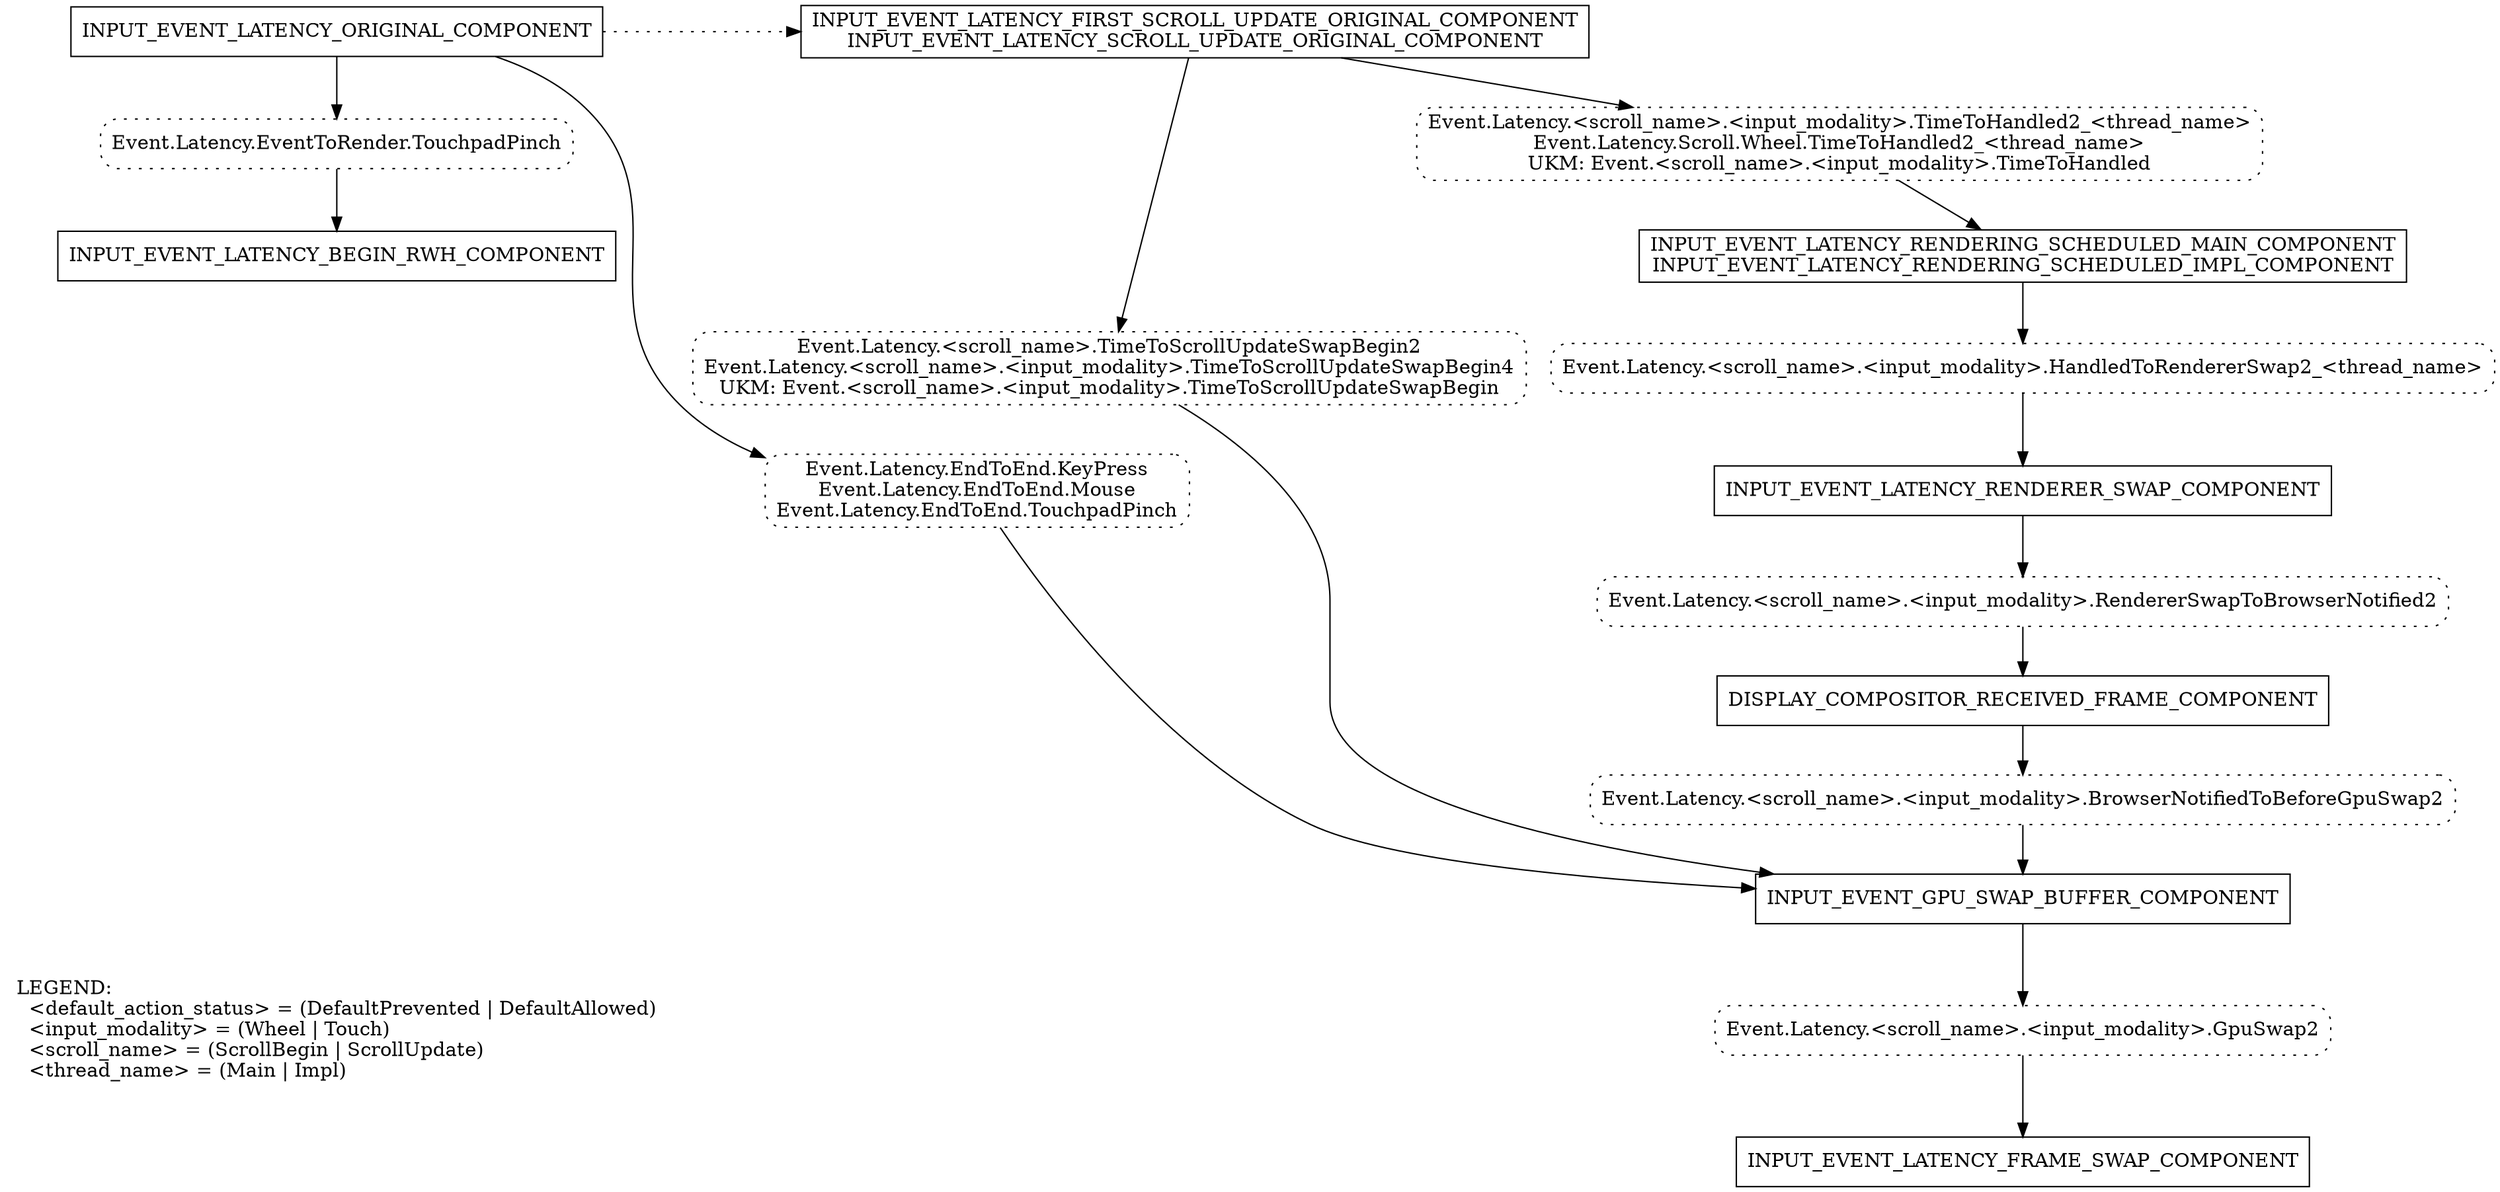
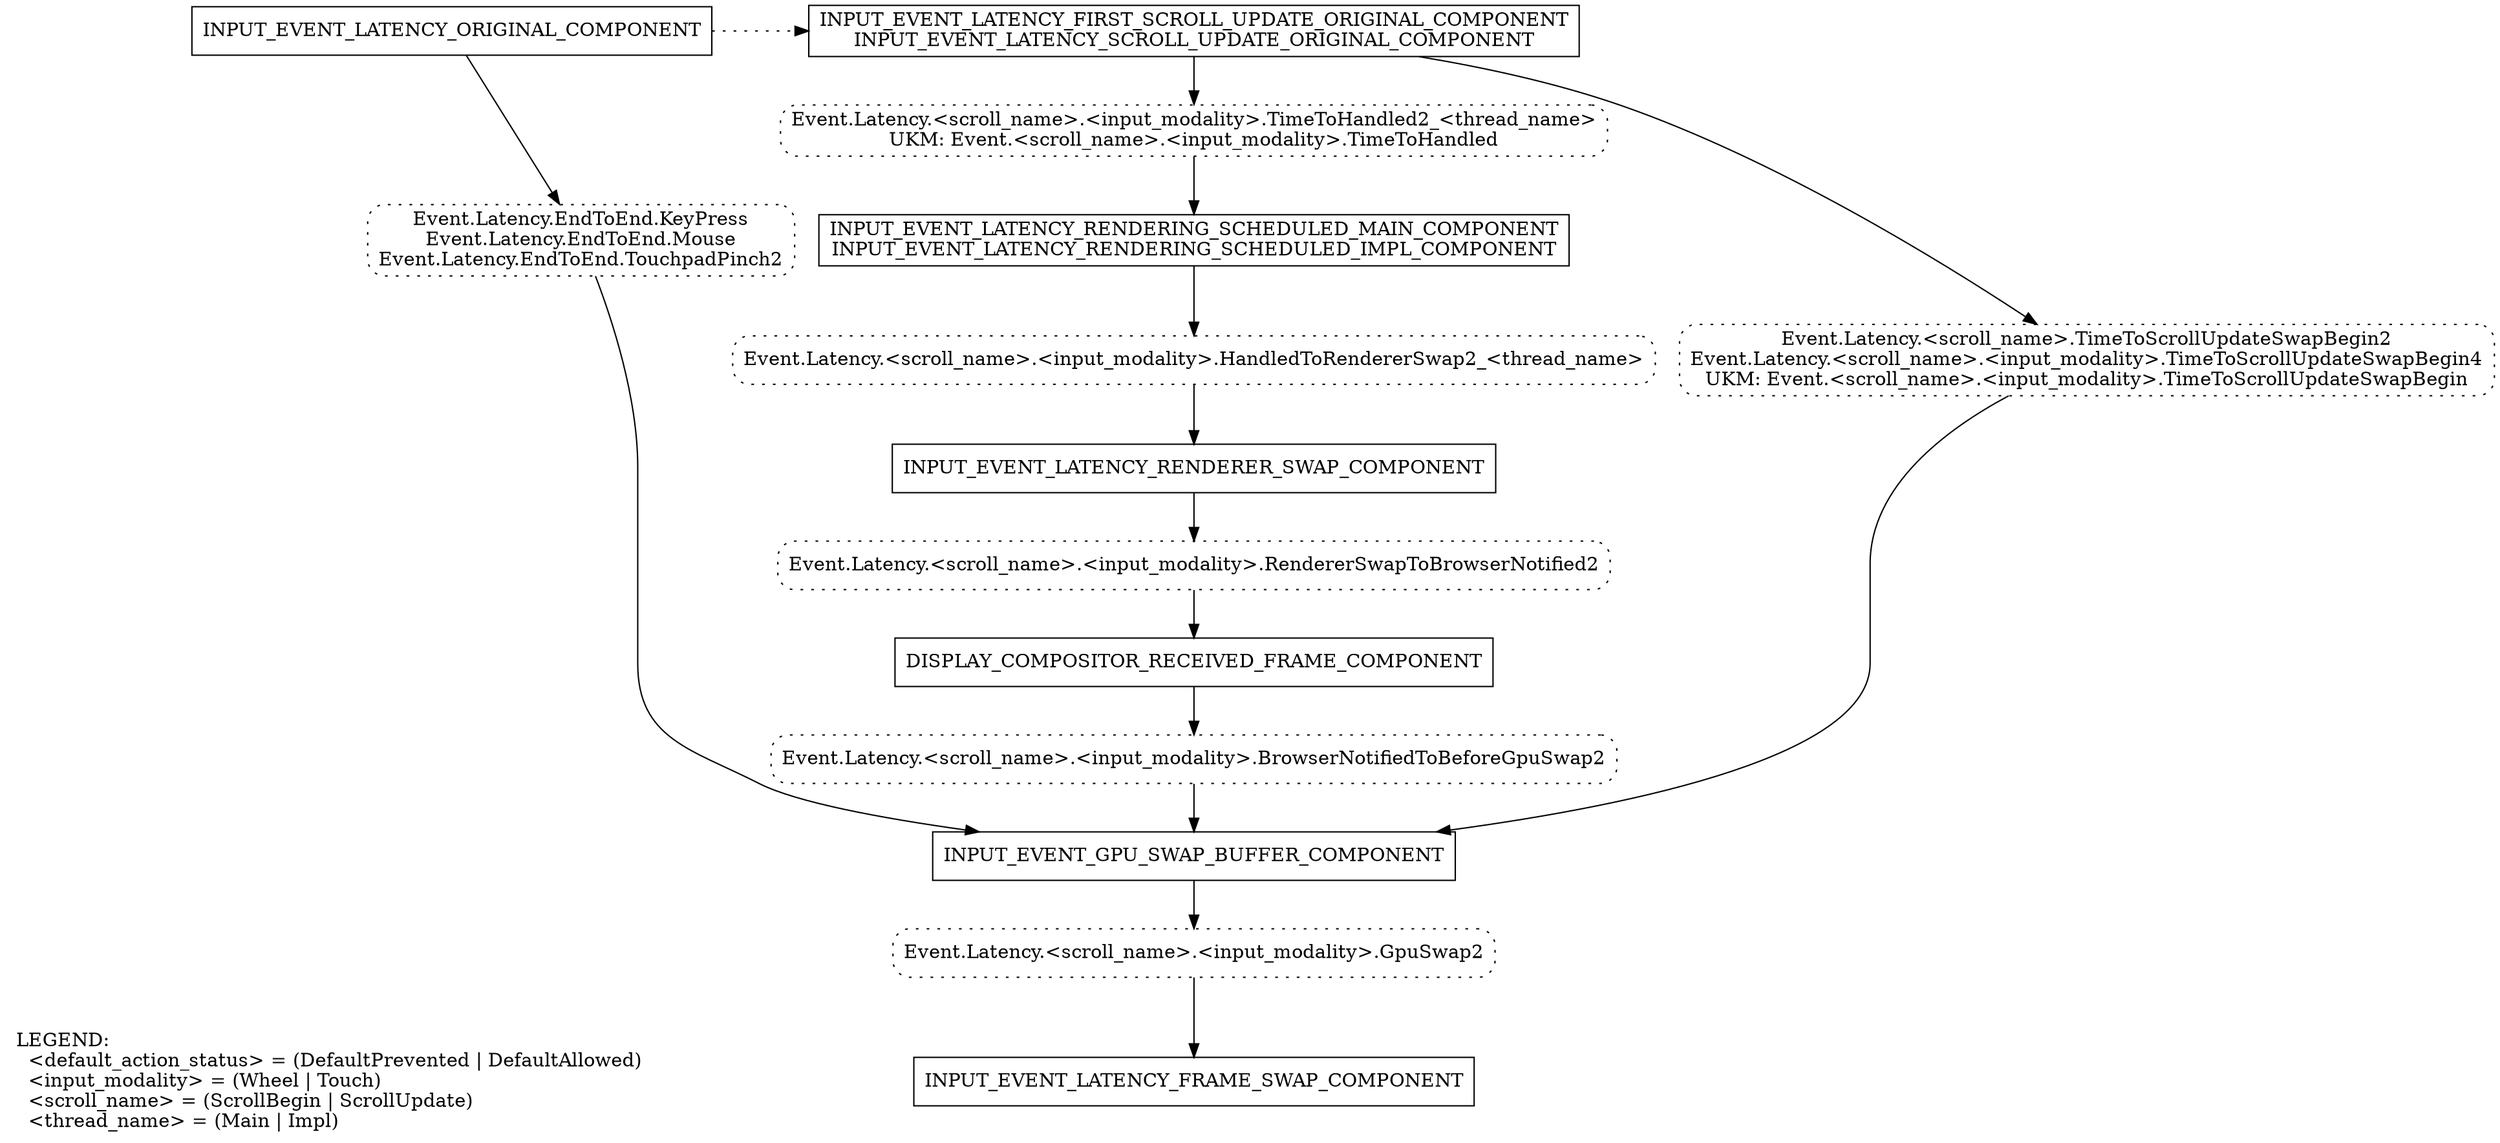
// dot -Tpdf ui/latency/latency_info.dot > latency_info.pdf

digraph LatencyInfo {
  node[shape=box];

  // Set shape and label of metric names.
  {
    node[style="dotted,rounded"];

-     "Event.Latency.EventToRender.TouchpadPinch";
    end_to_end_metrics
      [label="\
Event.Latency.EndToEnd.KeyPress\n\
Event.Latency.EndToEnd.Mouse\n\
- Event.Latency.EndToEnd.TouchpadPinch\n"];
+ Event.Latency.EndToEnd.TouchpadPinch2\n"];
+     scroll_to_schedule_metrics
+       [label="\
+ Event.Latency.<scroll_name>.<input_modality>.TimeToHandled2_<thread_name>\n\
+ UKM: Event.<scroll_name>.<input_modality>.TimeToHandled\n"];
+     "Event.Latency.<scroll_name>.<input_modality>.HandledToRendererSwap2_<thread_name>";
+     "Event.Latency.<scroll_name>.<input_modality>.RendererSwapToBrowserNotified2";
+     "Event.Latency.<scroll_name>.<input_modality>.BrowserNotifiedToBeforeGpuSwap2";
+     "Event.Latency.<scroll_name>.<input_modality>.GpuSwap2";
    scroll_to_gpu_swap_metrics
      [label="\
Event.Latency.<scroll_name>.TimeToScrollUpdateSwapBegin2\n\
Event.Latency.<scroll_name>.<input_modality>.TimeToScrollUpdateSwapBegin4\n\
UKM: Event.<scroll_name>.<input_modality>.TimeToScrollUpdateSwapBegin\n"]
-     scroll_to_schedule_metrics
-       [label="\
- Event.Latency.<scroll_name>.<input_modality>.TimeToHandled2_<thread_name>\n\
- Event.Latency.Scroll.Wheel.TimeToHandled2_<thread_name>\n\
- UKM: Event.<scroll_name>.<input_modality>.TimeToHandled\n"];
-     "Event.Latency.<scroll_name>.<input_modality>.HandledToRendererSwap2_<thread_name>";
-     "Event.Latency.<scroll_name>.<input_modality>.RendererSwapToBrowserNotified2";
-     "Event.Latency.<scroll_name>.<input_modality>.BrowserNotifiedToBeforeGpuSwap2";
-     "Event.Latency.<scroll_name>.<input_modality>.GpuSwap2";
  }

  // Set labels for nodes with multiple components.
  scroll_original
    [label="\
INPUT_EVENT_LATENCY_FIRST_SCROLL_UPDATE_ORIGINAL_COMPONENT\n\
INPUT_EVENT_LATENCY_SCROLL_UPDATE_ORIGINAL_COMPONENT"];
  rendering_scheduled
    [label="\
INPUT_EVENT_LATENCY_RENDERING_SCHEDULED_MAIN_COMPONENT\n\
INPUT_EVENT_LATENCY_RENDERING_SCHEDULED_IMPL_COMPONENT"];

  // Layout "original" components at the top.
  {
    rank=same;
-     edge[style=dotted,minlen=8];
+     edge[style=dotted,minlen=4];
    INPUT_EVENT_LATENCY_ORIGINAL_COMPONENT->
    scroll_original;
  }

  // Layout the rest of the components.
  INPUT_EVENT_LATENCY_ORIGINAL_COMPONENT->
-   "Event.Latency.EventToRender.TouchpadPinch"->
-   INPUT_EVENT_LATENCY_BEGIN_RWH_COMPONENT
-     [weight=3];
- 
-   INPUT_EVENT_LATENCY_ORIGINAL_COMPONENT->
  end_to_end_metrics->
  INPUT_EVENT_GPU_SWAP_BUFFER_COMPONENT;

  scroll_original->
-   scroll_to_gpu_swap_metrics->
-   INPUT_EVENT_GPU_SWAP_BUFFER_COMPONENT;
- 
-   scroll_original->
  scroll_to_schedule_metrics->
-   rendering_scheduled;
- 
  rendering_scheduled->
  "Event.Latency.<scroll_name>.<input_modality>.HandledToRendererSwap2_<thread_name>"->
  INPUT_EVENT_LATENCY_RENDERER_SWAP_COMPONENT->
  "Event.Latency.<scroll_name>.<input_modality>.RendererSwapToBrowserNotified2"->
  DISPLAY_COMPOSITOR_RECEIVED_FRAME_COMPONENT->
  "Event.Latency.<scroll_name>.<input_modality>.BrowserNotifiedToBeforeGpuSwap2"->
  INPUT_EVENT_GPU_SWAP_BUFFER_COMPONENT->
  "Event.Latency.<scroll_name>.<input_modality>.GpuSwap2"->
  INPUT_EVENT_LATENCY_FRAME_SWAP_COMPONENT
    [weight=4];

-   // Add legend and position it under INPUT_EVENT_LATENCY_BEGIN_RWH_COMPONENT.
+   scroll_original->
+   scroll_to_gpu_swap_metrics->
+   INPUT_EVENT_GPU_SWAP_BUFFER_COMPONENT;
+ 
+   // Add legend and position it under INPUT_EVENT_LATENCY_ORIGINAL_COMPONENT.
  legend
    [shape=plaintext,label="\
LEGEND:\l\
  <default_action_status> = (DefaultPrevented | DefaultAllowed)\l\
  <input_modality> = (Wheel | Touch)\l\
  <scroll_name> = (ScrollBegin | ScrollUpdate)\l\
  <thread_name> = (Main | Impl)\l"];
-   INPUT_EVENT_LATENCY_BEGIN_RWH_COMPONENT->
+   INPUT_EVENT_LATENCY_ORIGINAL_COMPONENT->
  legend
-     [style=invis,minlen=7];
+     [style=invis,minlen=10];
}
